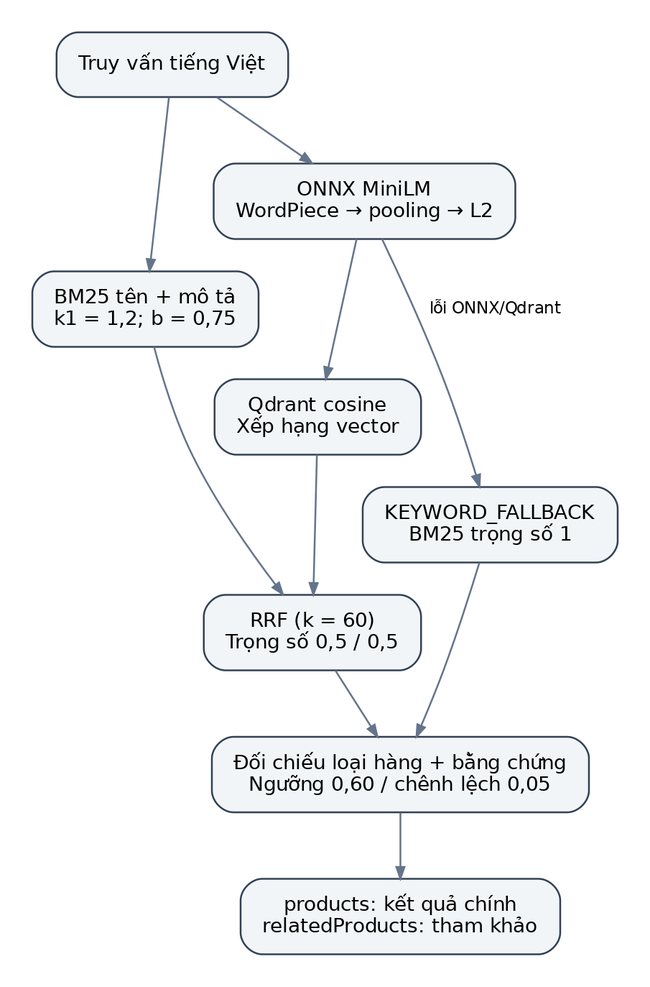
Before: report/CT221H_assets/search_flow.png, a diagram exported from Graphviz (Hungcb123/CT221H_NguyenLyHeQuanTriCSDL). Its source is kept beside it as report/CT221H_assets/search_flow.dot.
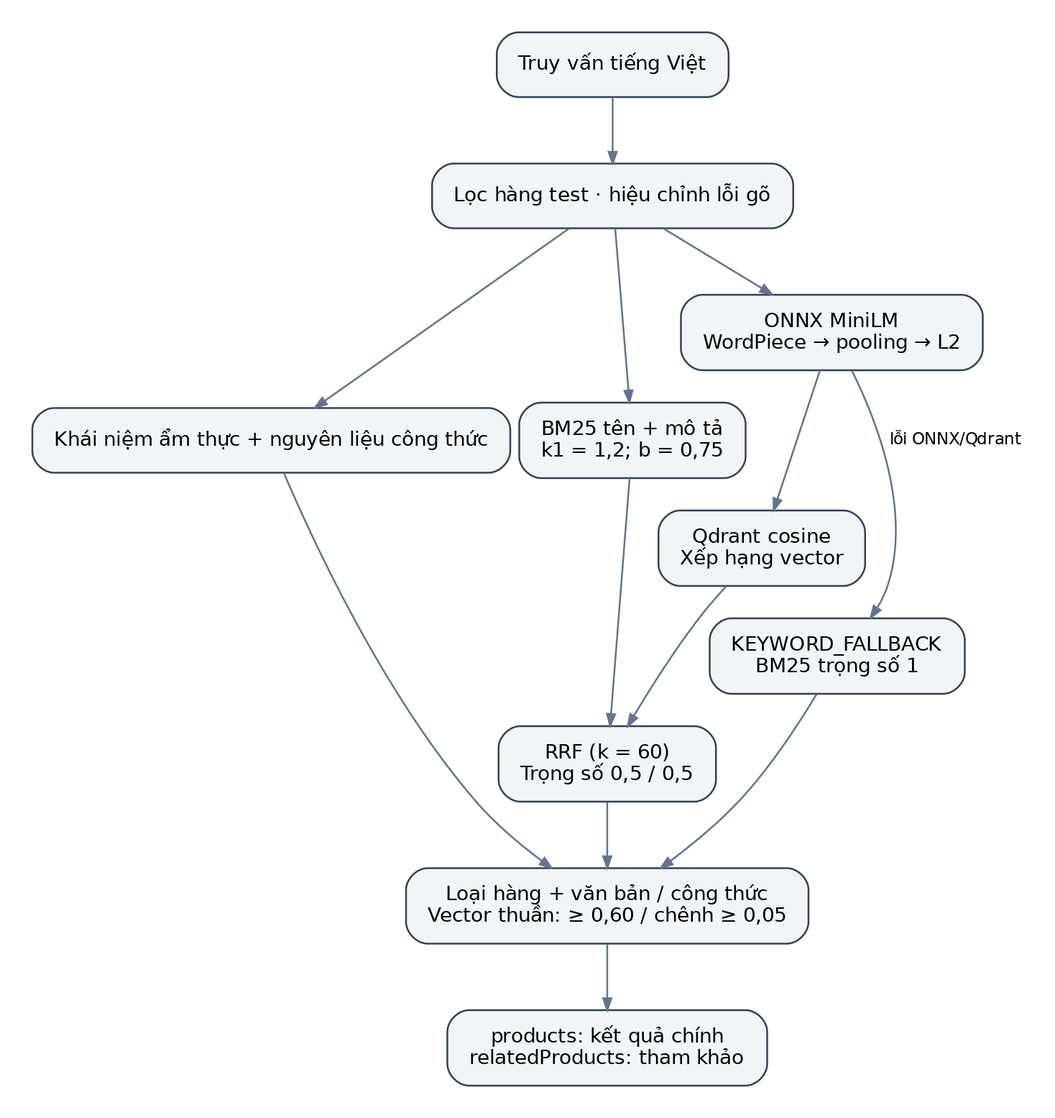
After the change.

Change to the diagram source:
```diff
@@ -1,5 +1,7 @@
 digraph G { graph [rankdir=TB, bgcolor="white", pad="0.25", nodesep="0.35", ranksep="0.5"]; node [shape=box,style="rounded,filled",fillcolor="#F1F5F8",color="#334155",fontname="DejaVu Sans",fontsize=11,margin="0.16,0.12"]; edge [color="#64748B",fontname="DejaVu Sans",fontsize=9,arrowsize=0.65];
  q [label="Truy vấn tiếng Việt"];
+ prep [label="Lọc hàng test · hiệu chỉnh lỗi gõ"];
+ food [label="Khái niệm ẩm thực + nguyên liệu công thức"];
  bm [label="BM25 tên + mô tả
 k1 = 1,2; b = 0,75"];
  emb [label="ONNX MiniLM
@@ -8,11 +10,11 @@
 Xếp hạng vector"];
  rrf [label="RRF (k = 60)
 Trọng số 0,5 / 0,5"];
- policy [label="Đối chiếu loại hàng + bằng chứng
-Ngưỡng 0,60 / chênh lệch 0,05"];
+ policy [label="Loại hàng + văn bản / công thức
+Vector thuần: ≥ 0,60 / chênh ≥ 0,05"];
  out [label="products: kết quả chính
 relatedProducts: tham khảo"];
  fall [label="KEYWORD_FALLBACK
 BM25 trọng số 1"];
- q->bm;q->emb;emb->vec;bm->rrf;vec->rrf;rrf->policy->out;emb->fall [label="lỗi ONNX/Qdrant"];fall->policy;
+ q->prep;prep->bm;prep->emb;prep->food;food->policy;emb->vec;bm->rrf;vec->rrf;rrf->policy->out;emb->fall [label="lỗi ONNX/Qdrant"];fall->policy;
 }
```
